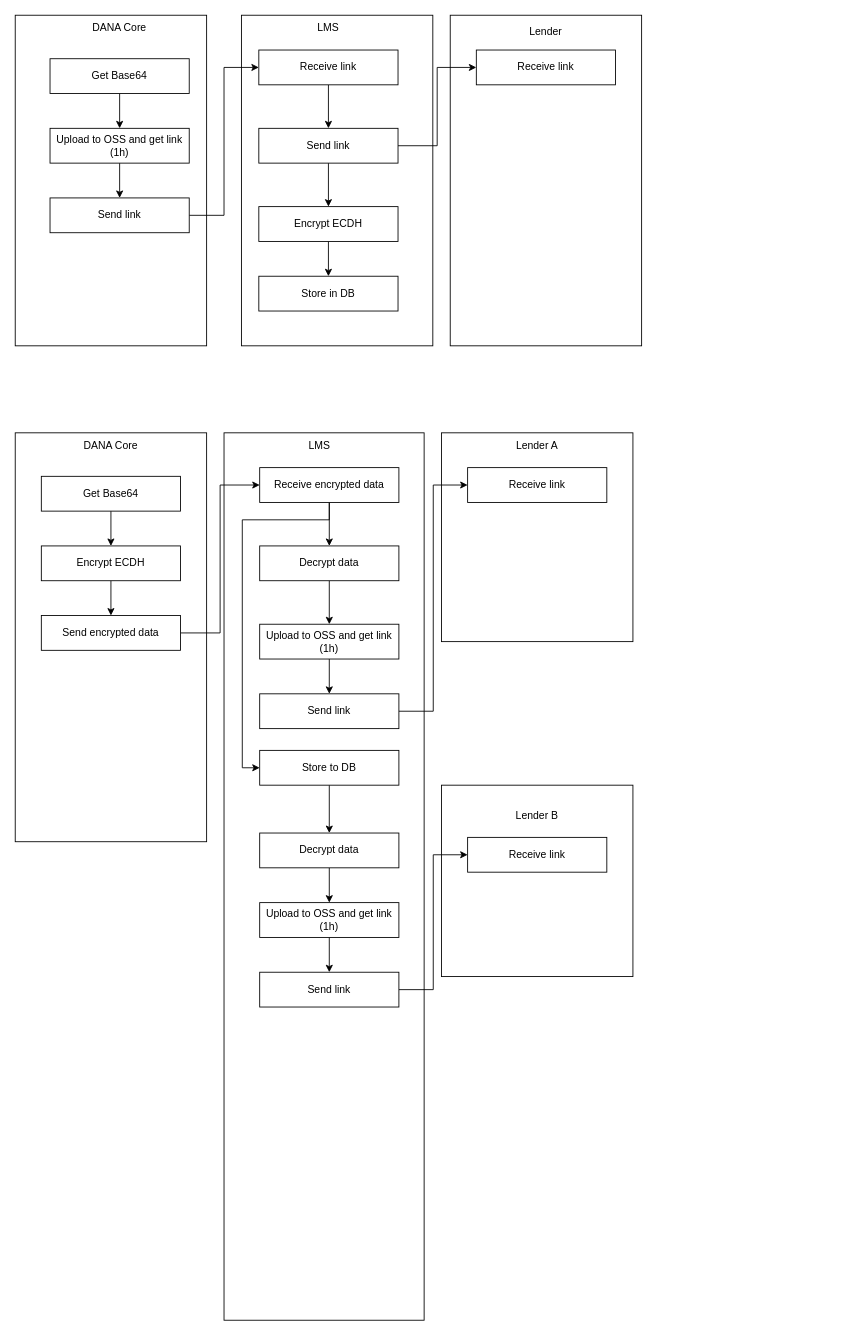
bonggalshn/dna_diagram keeps this draw.io diagram as page "PII Discussion" (2 of 2) of multi_lender_migration_sop.drawio. Above is the earlier version. Source tidied: cells renumbered, new cells numbered last; positions are measured from the earlier drawing's top-left corner, leaving out a move shared by most shapes. Both pictures are drawn from the tidied source at 87%, with x=0, y=0 at pixel (15, 15).
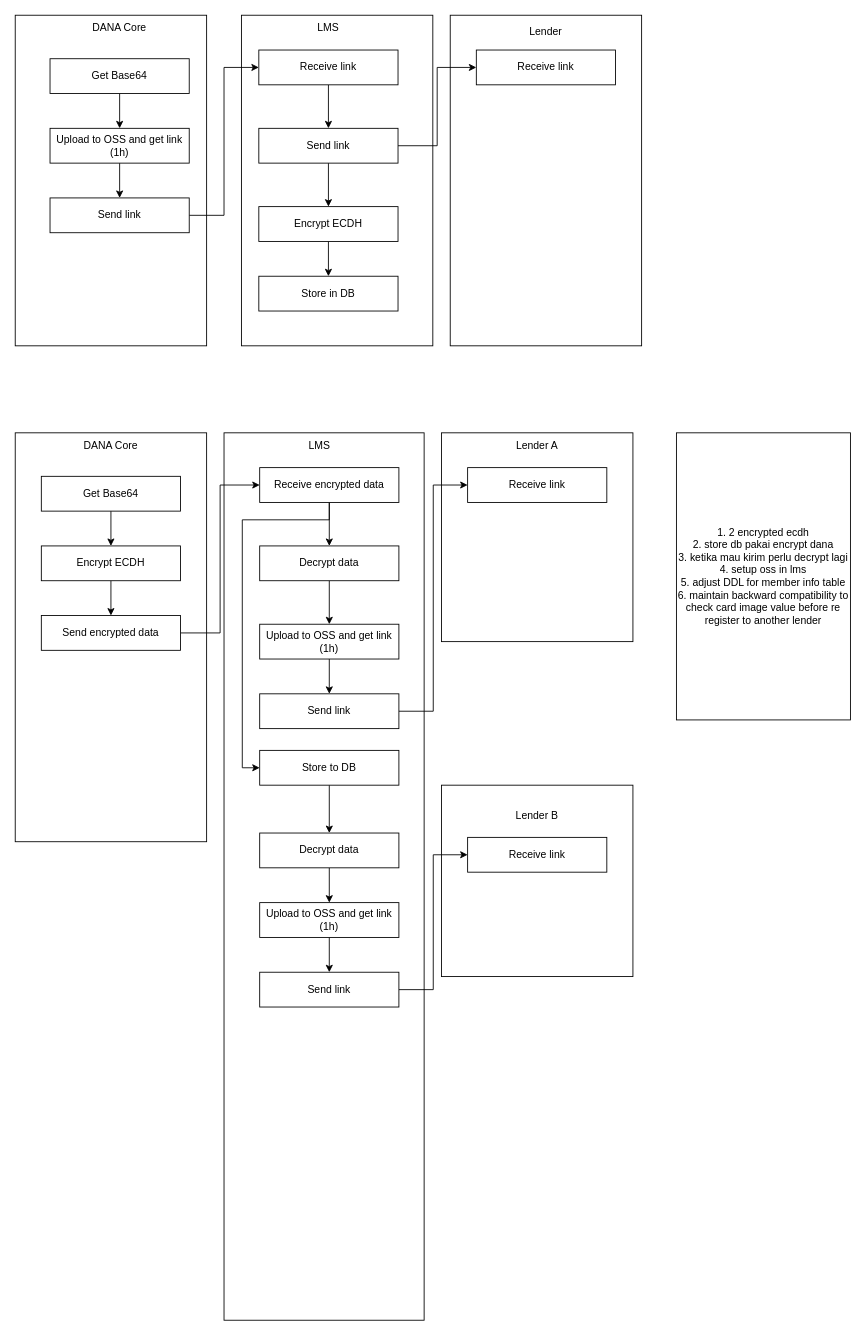
The same page after the edit.

What changed in the source:
```diff
@@
+    <mxCell id="56" value="1. 2 encrypted ecdh&lt;br&gt;2. store db pakai encrypt dana&lt;br&gt;3. ketika mau kirim perlu decrypt lagi&lt;br&gt;4. setup oss in lms&lt;br&gt;5. adjust DDL for member info table&lt;br&gt;6. maintain backward compatibility to check card image value before re register to another lender" style="rounded=0;whiteSpace=wrap;html=1;" parent="1" vertex="1">
+      <mxGeometry x="760" y="480" width="200" height="330" as="geometry" />
+    </mxCell>
```
